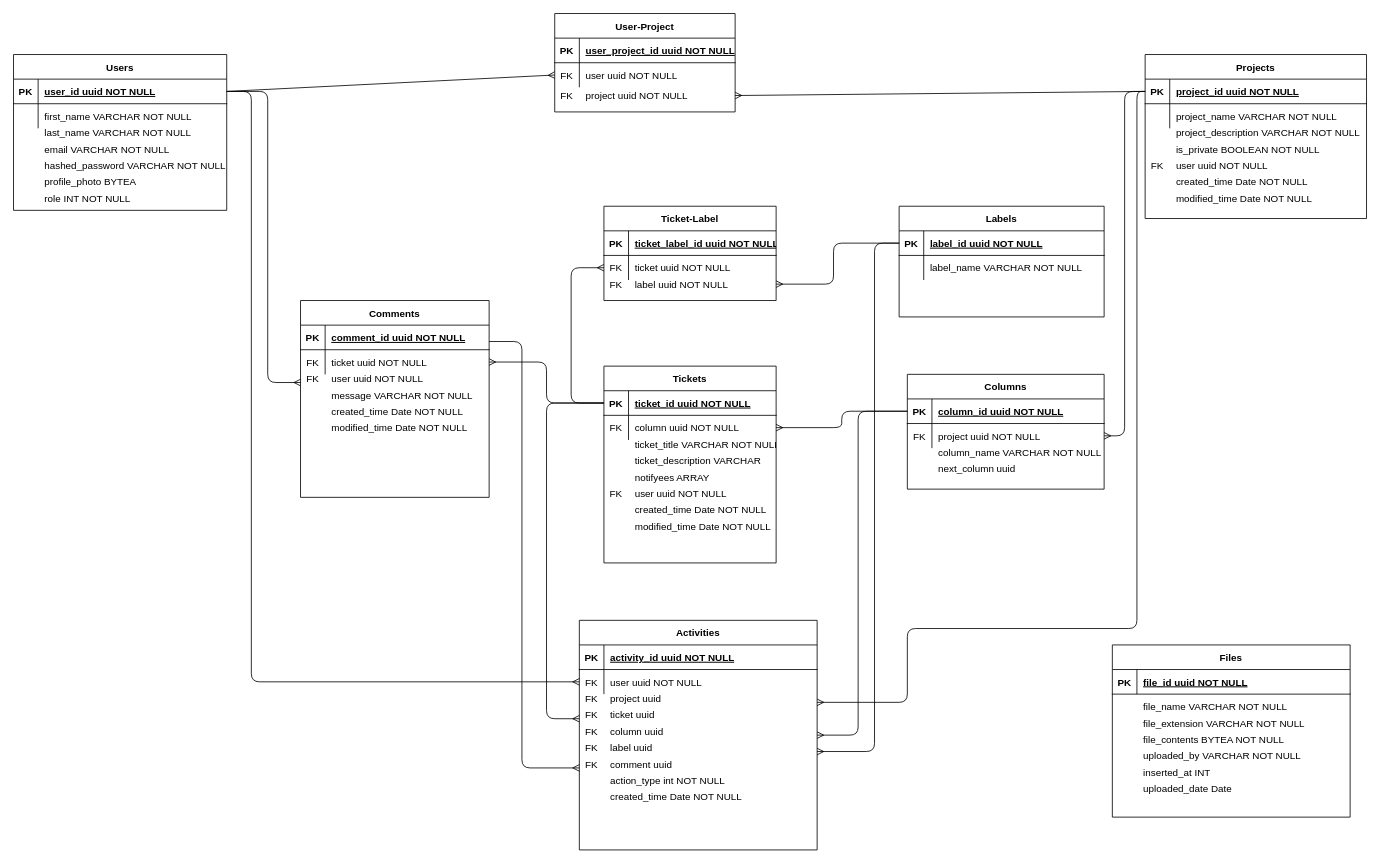
Before: Untitled_Diagram.drawio in choym0098/Jira2, a draw.io diagram. Source tidied: cells renumbered, new cells numbered last; positions are measured from the earlier drawing's top-left corner, leaving out a move shared by most shapes. Both pictures are drawn from the tidied source at 82%, with x=0, y=0 at pixel (13, 13).
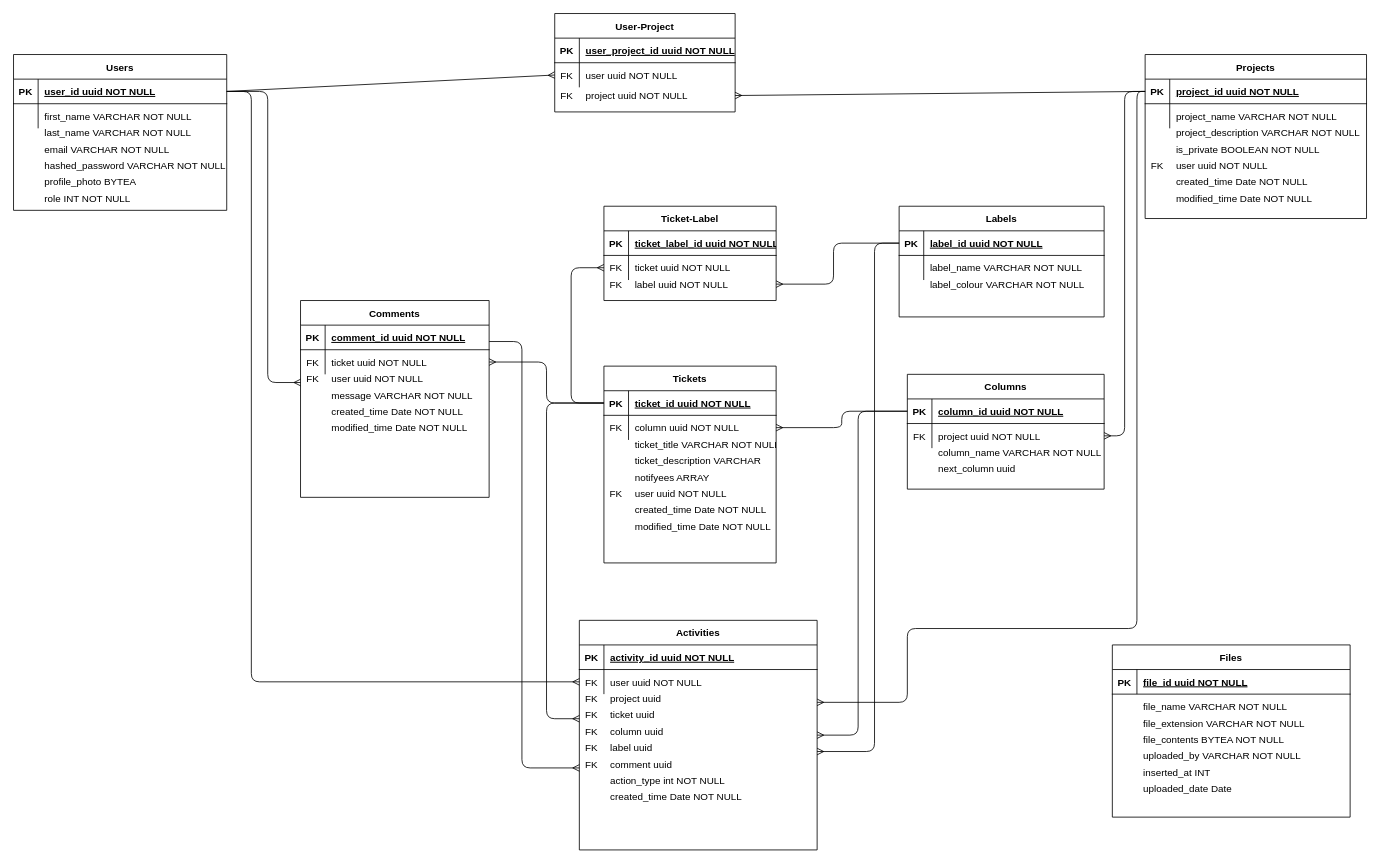
The same diagram, later.

Change to the diagram source:
```diff
@@
+    <mxCell id="134" value="label_colour VARCHAR NOT NULL" style="shape=partialRectangle;overflow=hidden;fillColor=none;top=0;left=0;bottom=0;right=0;align=left;spacingLeft=6;" parent="1" vertex="1">
+      <mxGeometry x="1110" y="315" width="220" height="30" as="geometry" />
+    </mxCell>
```
